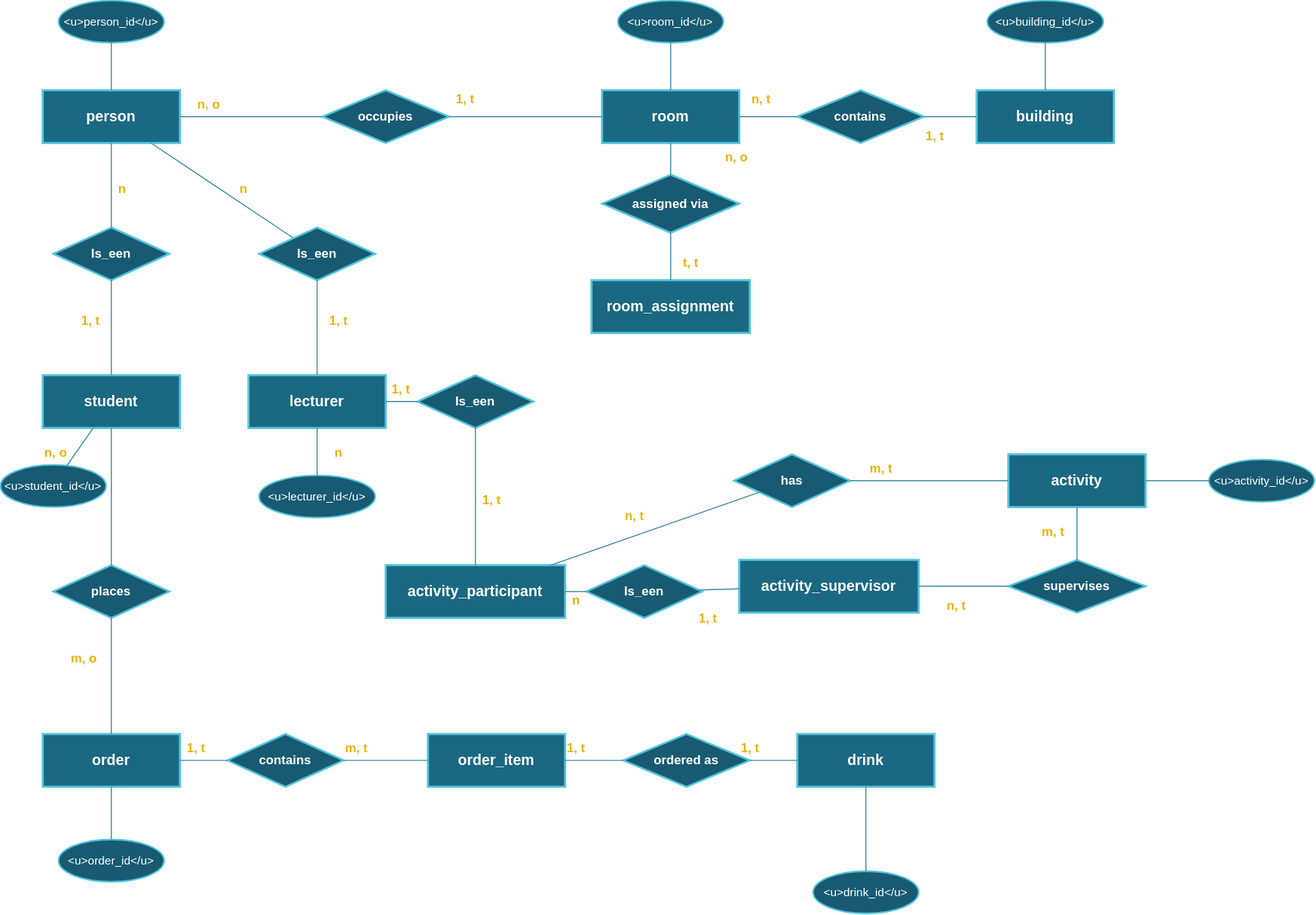
Above: diagrams/ERD Diagram.drawio.svg in Marnixdejong/Project-Databases (draw.io), before the change. Source tidied: cells renumbered, new cells last; positions are measured from the earlier drawing's top-left corner, leaving out a move shared by most shapes.
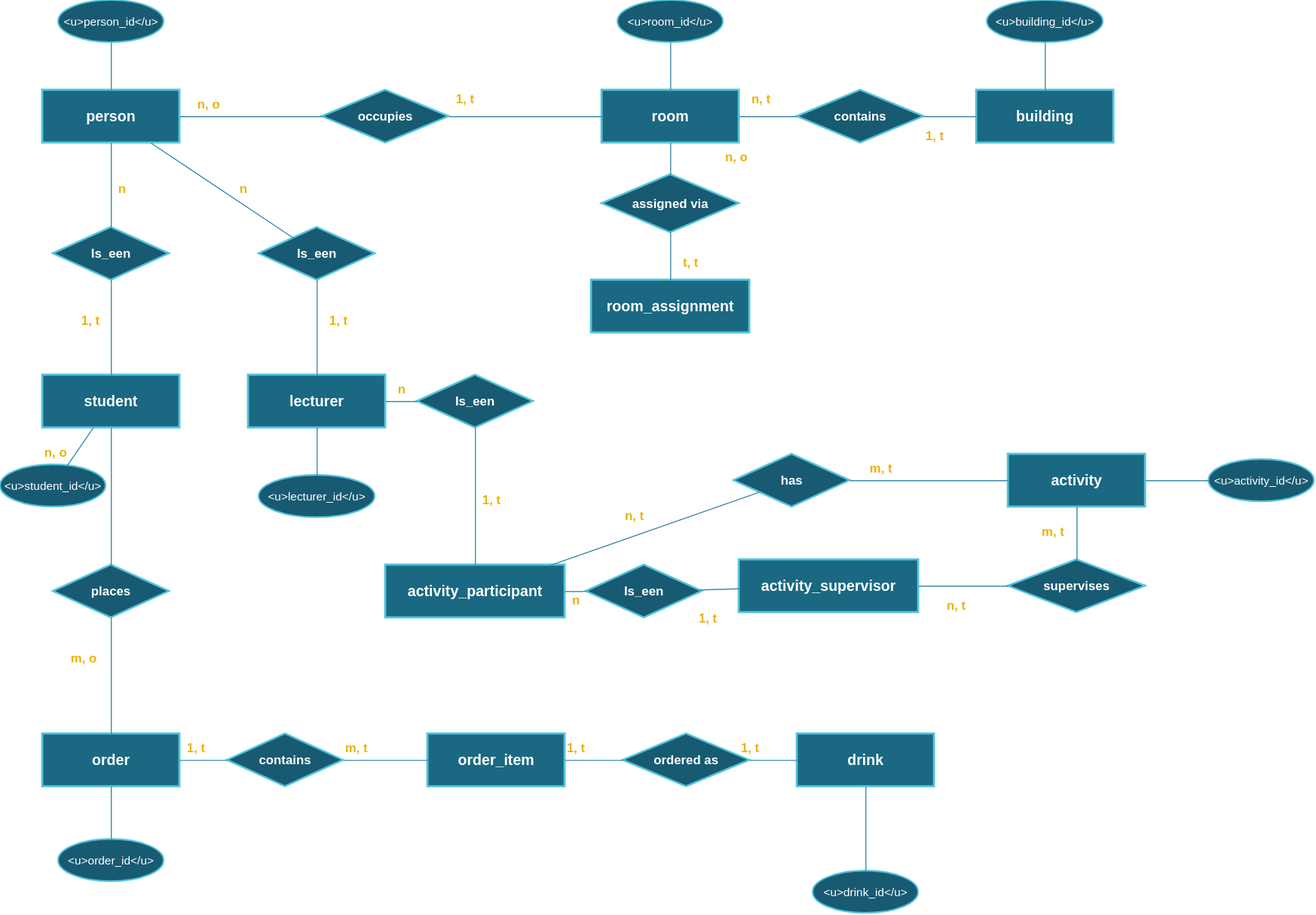
The same diagram one commit later.

Diff of the diagram source:
```diff
@@ -225,7 +225,7 @@
       <mxGeometry x="310" y="290" width="40" height="20" as="geometry" />
     </mxCell>
     <mxCell id="76" value="n" style="text;fontSize=12;fontColor=#eab308;fontStyle=1;" parent="1" vertex="1">
-      <mxGeometry x="315" y="415" width="30" height="20" as="geometry" />
+      <mxGeometry x="375" y="355" width="30" height="20" as="geometry" />
     </mxCell>
     <mxCell id="77" value="1, t" style="text;fontSize=12;fontColor=#eab308;fontStyle=1;" parent="1" vertex="1">
       <mxGeometry x="455" y="460" width="40" height="20" as="geometry" />
@@ -269,8 +269,5 @@
     <mxCell id="90" style="edgeStyle=orthogonalEdgeStyle;rounded=0;orthogonalLoop=1;jettySize=auto;html=1;exitX=0.5;exitY=1;exitDx=0;exitDy=0;" parent="1" edge="1" source="20" target="20">
       <mxGeometry relative="1" as="geometry" />
     </mxCell>
-    <mxCell id="91" value="1, t" style="text;fontSize=12;fontColor=#eab308;fontStyle=1;" parent="1" vertex="1">
-      <mxGeometry x="369" y="355" width="40" height="20" as="geometry" />
-    </mxCell>
   </root>
 </mxGraphModel>
```
